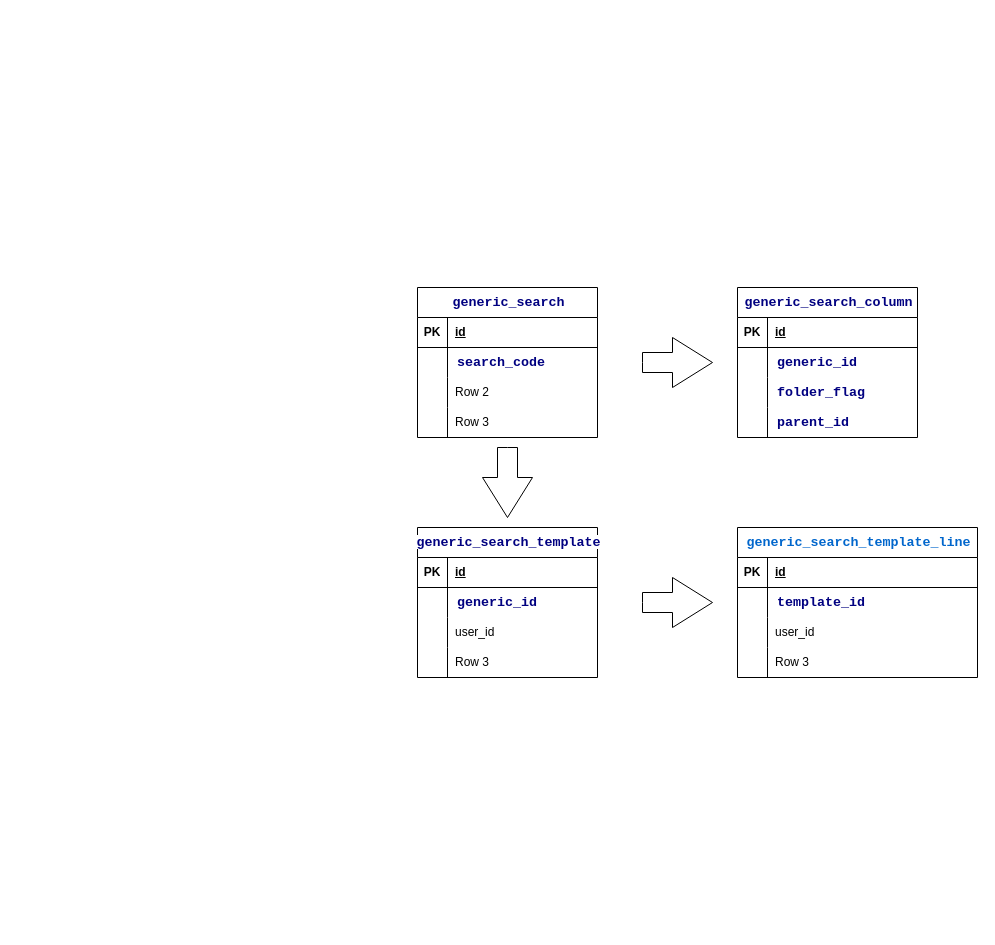
Earlier version of the draw.io diagram 通用查询表关系.drawio (DongRuihua/draw). Source tidied: cells renumbered, new cells numbered last; positions are measured from the earlier drawing's top-left corner, leaving out a move shared by most shapes. Both pictures are drawn from the tidied source at 100%, with x=0, y=0 at pixel (417, 287).
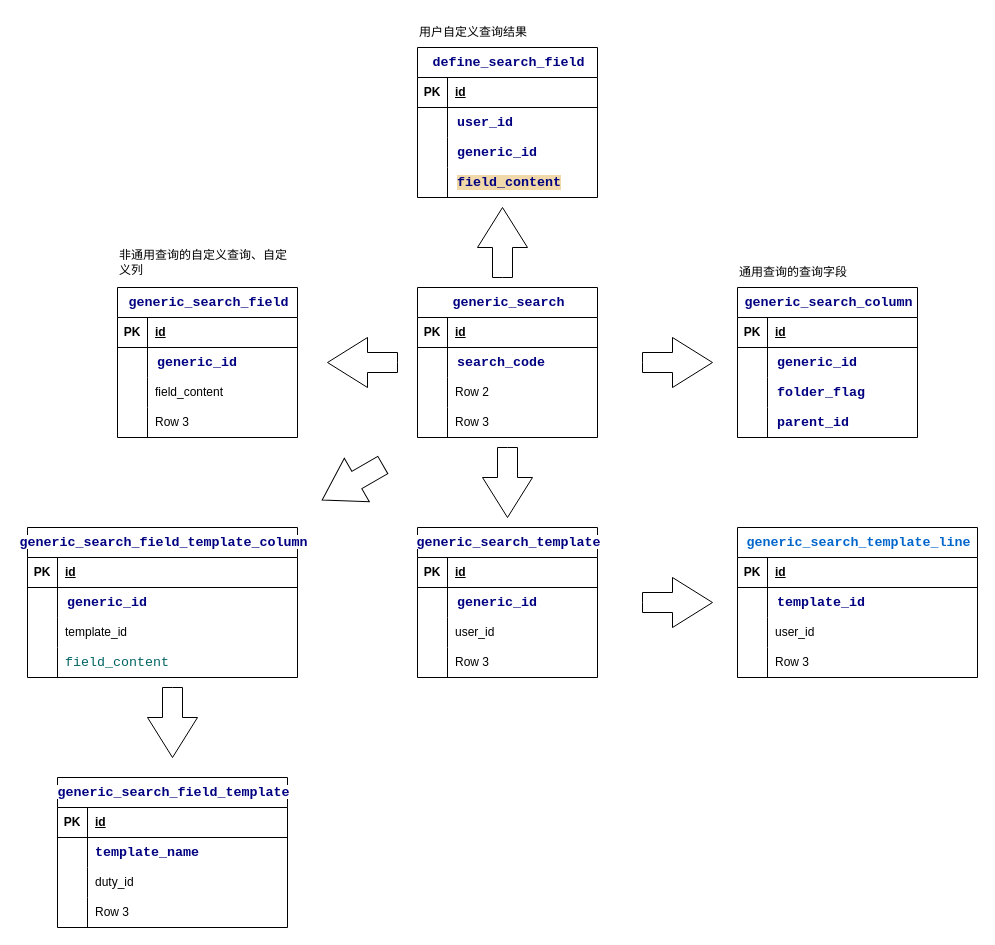
Above is the later version.

Commit message:
更新通用查询表关系.drawio

The edit, as a diff of the source:
```diff
@@
+    <mxCell id="57" value="通用查询的查询字段" style="text;html=1;whiteSpace=wrap;strokeColor=none;fillColor=none;align=left;verticalAlign=middle;rounded=0;" parent="1" vertex="1">
+      <mxGeometry x="320" y="-30" width="190" height="30" as="geometry" />
+    </mxCell>
+    <mxCell id="58" value="&lt;span style=&quot;background-color:#ffffff;padding:0px 0px 0px 2px;&quot;&gt;&lt;span style=&quot;font-family: Consolas; font-size: 10pt; white-space-collapse: preserve;&quot;&gt;&lt;span style=&quot;color: rgb(0, 0, 128);&quot;&gt;generic_search_field&lt;/span&gt;&lt;/span&gt;&lt;/span&gt;" style="shape=table;startSize=30;childLayout=tableLayout;rowLines=0;fontStyle=1;align=center;html=1;" parent="1" vertex="1">
+      <mxGeometry x="-300" width="180" height="150" as="geometry" />
+    </mxCell>
+    <mxCell id="59" style="shape=tableRow;horizontal=0;startSize=0;swimlaneHead=0;swimlaneBody=0;fillColor=none;top=0;left=0;right=0;bottom=1;" parent="58" vertex="1">
+      <mxGeometry y="30" width="180" height="30" as="geometry" />
+    </mxCell>
+    <mxCell id="60" value="PK" style="shape=partialRectangle;fillColor=none;top=0;left=0;bottom=0;right=0;fontStyle=1;overflow=hidden;whiteSpace=wrap;html=1;" parent="59" vertex="1">
+      <mxGeometry width="30" height="30" as="geometry" />
+    </mxCell>
+    <mxCell id="61" value="id" style="shape=partialRectangle;fillColor=none;top=0;left=0;bottom=0;right=0;align=left;spacingLeft=6;fontStyle=5;overflow=hidden;whiteSpace=wrap;html=1;" parent="59" vertex="1">
+      <mxGeometry x="30" width="150" height="30" as="geometry" />
+    </mxCell>
+    <mxCell id="62" style="shape=tableRow;horizontal=0;startSize=0;swimlaneHead=0;swimlaneBody=0;fillColor=none;top=0;left=0;right=0;bottom=0;" parent="58" vertex="1">
+      <mxGeometry y="60" width="180" height="30" as="geometry" />
+    </mxCell>
+    <mxCell id="63" style="shape=partialRectangle;fillColor=none;top=0;left=0;bottom=0;right=0;overflow=hidden;whiteSpace=wrap;html=1;" parent="62" vertex="1">
+      <mxGeometry width="30" height="30" as="geometry" />
+    </mxCell>
+    <mxCell id="64" value="&lt;span style=&quot;background-color: rgb(255, 255, 255); padding: 0px 0px 0px 2px;&quot;&gt;&lt;span style=&quot;font-family: Consolas; font-size: 10pt; white-space: pre;&quot;&gt;&lt;span style=&quot;color: rgb(0, 0, 128); font-weight: bold;&quot;&gt;generic_id&lt;/span&gt;&lt;/span&gt;&lt;/span&gt;" style="shape=partialRectangle;fillColor=none;top=0;left=0;bottom=0;right=0;align=left;spacingLeft=6;overflow=hidden;whiteSpace=wrap;html=1;" parent="62" vertex="1">
+      <mxGeometry x="30" width="150" height="30" as="geometry" />
+    </mxCell>
+    <mxCell id="65" style="shape=tableRow;horizontal=0;startSize=0;swimlaneHead=0;swimlaneBody=0;fillColor=none;top=0;left=0;right=0;bottom=0;" parent="58" vertex="1">
+      <mxGeometry y="90" width="180" height="30" as="geometry" />
+    </mxCell>
+    <mxCell id="66" style="shape=partialRectangle;fillColor=none;top=0;left=0;bottom=0;right=0;overflow=hidden;whiteSpace=wrap;html=1;" parent="65" vertex="1">
+      <mxGeometry width="30" height="30" as="geometry" />
+    </mxCell>
+    <mxCell id="67" value="field_content" style="shape=partialRectangle;fillColor=none;top=0;left=0;bottom=0;right=0;align=left;spacingLeft=6;overflow=hidden;whiteSpace=wrap;html=1;" parent="65" vertex="1">
+      <mxGeometry x="30" width="150" height="30" as="geometry" />
+    </mxCell>
+    <mxCell id="68" style="shape=tableRow;horizontal=0;startSize=0;swimlaneHead=0;swimlaneBody=0;fillColor=none;top=0;left=0;right=0;bottom=0;" parent="58" vertex="1">
+      <mxGeometry y="120" width="180" height="30" as="geometry" />
+    </mxCell>
+    <mxCell id="69" style="shape=partialRectangle;fillColor=none;top=0;left=0;bottom=0;right=0;overflow=hidden;whiteSpace=wrap;html=1;" parent="68" vertex="1">
+      <mxGeometry width="30" height="30" as="geometry" />
+    </mxCell>
+    <mxCell id="70" value="Row 3" style="shape=partialRectangle;fillColor=none;top=0;left=0;bottom=0;right=0;align=left;spacingLeft=6;overflow=hidden;whiteSpace=wrap;html=1;" parent="68" vertex="1">
+      <mxGeometry x="30" width="150" height="30" as="geometry" />
+    </mxCell>
+    <mxCell id="71" value="非通用查询的自定义查询、自定义列" style="text;html=1;whiteSpace=wrap;strokeColor=none;fillColor=none;align=left;verticalAlign=middle;rounded=0;" parent="1" vertex="1">
+      <mxGeometry x="-300" y="-40" width="180" height="30" as="geometry" />
+    </mxCell>
+    <mxCell id="72" style="html=1;shadow=0;dashed=0;align=center;verticalAlign=middle;shape=mxgraph.arrows2.arrow;dy=0.6;dx=40;notch=0;rotation=-180;" parent="1" vertex="1">
+      <mxGeometry x="-90" y="50" width="70" height="50" as="geometry" />
+    </mxCell>
+    <mxCell id="73" value="&lt;span style=&quot;background-color: rgb(255, 255, 255); padding: 0px 0px 0px 2px;&quot;&gt;&lt;span style=&quot;font-family: Consolas; font-size: 10pt; white-space-collapse: preserve;&quot;&gt;&lt;span style=&quot;color: rgb(0, 0, 128);&quot;&gt;generic_search_field_template&lt;/span&gt;&lt;/span&gt;&lt;/span&gt;" style="shape=table;startSize=30;childLayout=tableLayout;rowLines=0;fontStyle=1;align=center;html=1;" parent="1" vertex="1">
+      <mxGeometry x="-360" y="490" width="230" height="150" as="geometry" />
+    </mxCell>
+    <mxCell id="74" style="shape=tableRow;horizontal=0;startSize=0;swimlaneHead=0;swimlaneBody=0;fillColor=none;top=0;left=0;right=0;bottom=1;" parent="73" vertex="1">
+      <mxGeometry y="30" width="230" height="30" as="geometry" />
+    </mxCell>
+    <mxCell id="75" value="PK" style="shape=partialRectangle;fillColor=none;top=0;left=0;bottom=0;right=0;fontStyle=1;overflow=hidden;whiteSpace=wrap;html=1;" parent="74" vertex="1">
+      <mxGeometry width="30" height="30" as="geometry" />
+    </mxCell>
+    <mxCell id="76" value="id" style="shape=partialRectangle;fillColor=none;top=0;left=0;bottom=0;right=0;align=left;spacingLeft=6;fontStyle=5;overflow=hidden;whiteSpace=wrap;html=1;" parent="74" vertex="1">
+      <mxGeometry x="30" width="200" height="30" as="geometry" />
+    </mxCell>
+    <mxCell id="77" style="shape=tableRow;horizontal=0;startSize=0;swimlaneHead=0;swimlaneBody=0;fillColor=none;top=0;left=0;right=0;bottom=0;" parent="73" vertex="1">
+      <mxGeometry y="60" width="230" height="30" as="geometry" />
+    </mxCell>
+    <mxCell id="78" style="shape=partialRectangle;fillColor=none;top=0;left=0;bottom=0;right=0;overflow=hidden;whiteSpace=wrap;html=1;" parent="77" vertex="1">
+      <mxGeometry width="30" height="30" as="geometry" />
+    </mxCell>
+    <mxCell id="79" value="&lt;font color=&quot;#000080&quot; face=&quot;Consolas&quot;&gt;&lt;span style=&quot;font-size: 13.3333px; white-space: pre; background-color: rgb(255, 255, 255);&quot;&gt;&lt;b&gt;template_name&lt;/b&gt;&lt;/span&gt;&lt;/font&gt;" style="shape=partialRectangle;fillColor=none;top=0;left=0;bottom=0;right=0;align=left;spacingLeft=6;overflow=hidden;whiteSpace=wrap;html=1;" parent="77" vertex="1">
+      <mxGeometry x="30" width="200" height="30" as="geometry" />
+    </mxCell>
+    <mxCell id="80" style="shape=tableRow;horizontal=0;startSize=0;swimlaneHead=0;swimlaneBody=0;fillColor=none;top=0;left=0;right=0;bottom=0;" parent="73" vertex="1">
+      <mxGeometry y="90" width="230" height="30" as="geometry" />
+    </mxCell>
+    <mxCell id="81" style="shape=partialRectangle;fillColor=none;top=0;left=0;bottom=0;right=0;overflow=hidden;whiteSpace=wrap;html=1;" parent="80" vertex="1">
+      <mxGeometry width="30" height="30" as="geometry" />
+    </mxCell>
+    <mxCell id="82" value="duty_id" style="shape=partialRectangle;fillColor=none;top=0;left=0;bottom=0;right=0;align=left;spacingLeft=6;overflow=hidden;whiteSpace=wrap;html=1;" parent="80" vertex="1">
+      <mxGeometry x="30" width="200" height="30" as="geometry" />
+    </mxCell>
+    <mxCell id="83" style="shape=tableRow;horizontal=0;startSize=0;swimlaneHead=0;swimlaneBody=0;fillColor=none;top=0;left=0;right=0;bottom=0;" parent="73" vertex="1">
+      <mxGeometry y="120" width="230" height="30" as="geometry" />
+    </mxCell>
+    <mxCell id="84" style="shape=partialRectangle;fillColor=none;top=0;left=0;bottom=0;right=0;overflow=hidden;whiteSpace=wrap;html=1;" parent="83" vertex="1">
+      <mxGeometry width="30" height="30" as="geometry" />
+    </mxCell>
+    <mxCell id="85" value="Row 3" style="shape=partialRectangle;fillColor=none;top=0;left=0;bottom=0;right=0;align=left;spacingLeft=6;overflow=hidden;whiteSpace=wrap;html=1;" parent="83" vertex="1">
+      <mxGeometry x="30" width="200" height="30" as="geometry" />
+    </mxCell>
+    <mxCell id="86" value="&lt;span style=&quot;background-color: rgb(255, 255, 255); padding: 0px 0px 0px 2px;&quot;&gt;&lt;span style=&quot;font-family: Consolas; font-size: 10pt; white-space-collapse: preserve;&quot;&gt;&lt;span style=&quot;color: rgb(0, 0, 128);&quot;&gt;generic_search_field_template_column&lt;/span&gt;&lt;/span&gt;&lt;/span&gt;" style="shape=table;startSize=30;childLayout=tableLayout;rowLines=0;fontStyle=1;align=center;html=1;" parent="1" vertex="1">
+      <mxGeometry x="-390" y="240" width="270" height="150" as="geometry" />
+    </mxCell>
+    <mxCell id="87" style="shape=tableRow;horizontal=0;startSize=0;swimlaneHead=0;swimlaneBody=0;fillColor=none;top=0;left=0;right=0;bottom=1;" parent="86" vertex="1">
+      <mxGeometry y="30" width="270" height="30" as="geometry" />
+    </mxCell>
+    <mxCell id="88" value="PK" style="shape=partialRectangle;fillColor=none;top=0;left=0;bottom=0;right=0;fontStyle=1;overflow=hidden;whiteSpace=wrap;html=1;" parent="87" vertex="1">
+      <mxGeometry width="30" height="30" as="geometry" />
+    </mxCell>
+    <mxCell id="89" value="id" style="shape=partialRectangle;fillColor=none;top=0;left=0;bottom=0;right=0;align=left;spacingLeft=6;fontStyle=5;overflow=hidden;whiteSpace=wrap;html=1;" parent="87" vertex="1">
+      <mxGeometry x="30" width="240" height="30" as="geometry" />
+    </mxCell>
+    <mxCell id="90" style="shape=tableRow;horizontal=0;startSize=0;swimlaneHead=0;swimlaneBody=0;fillColor=none;top=0;left=0;right=0;bottom=0;" parent="86" vertex="1">
+      <mxGeometry y="60" width="270" height="30" as="geometry" />
+    </mxCell>
+    <mxCell id="91" style="shape=partialRectangle;fillColor=none;top=0;left=0;bottom=0;right=0;overflow=hidden;whiteSpace=wrap;html=1;" parent="90" vertex="1">
+      <mxGeometry width="30" height="30" as="geometry" />
+    </mxCell>
+    <mxCell id="92" value="&lt;span style=&quot;background-color: rgb(255, 255, 255); padding: 0px 0px 0px 2px;&quot;&gt;&lt;span style=&quot;font-family: Consolas; font-size: 10pt; white-space: pre;&quot;&gt;&lt;span style=&quot;color: rgb(0, 0, 128); font-weight: bold;&quot;&gt;generic_id&lt;/span&gt;&lt;/span&gt;&lt;/span&gt;" style="shape=partialRectangle;fillColor=none;top=0;left=0;bottom=0;right=0;align=left;spacingLeft=6;overflow=hidden;whiteSpace=wrap;html=1;" parent="90" vertex="1">
+      <mxGeometry x="30" width="240" height="30" as="geometry" />
+    </mxCell>
+    <mxCell id="93" style="shape=tableRow;horizontal=0;startSize=0;swimlaneHead=0;swimlaneBody=0;fillColor=none;top=0;left=0;right=0;bottom=0;" parent="86" vertex="1">
+      <mxGeometry y="90" width="270" height="30" as="geometry" />
+    </mxCell>
+    <mxCell id="94" style="shape=partialRectangle;fillColor=none;top=0;left=0;bottom=0;right=0;overflow=hidden;whiteSpace=wrap;html=1;" parent="93" vertex="1">
+      <mxGeometry width="30" height="30" as="geometry" />
+    </mxCell>
+    <mxCell id="95" value="template_id" style="shape=partialRectangle;fillColor=none;top=0;left=0;bottom=0;right=0;align=left;spacingLeft=6;overflow=hidden;whiteSpace=wrap;html=1;" parent="93" vertex="1">
+      <mxGeometry x="30" width="240" height="30" as="geometry" />
+    </mxCell>
+    <mxCell id="96" style="shape=tableRow;horizontal=0;startSize=0;swimlaneHead=0;swimlaneBody=0;fillColor=none;top=0;left=0;right=0;bottom=0;" parent="86" vertex="1">
+      <mxGeometry y="120" width="270" height="30" as="geometry" />
+    </mxCell>
+    <mxCell id="97" style="shape=partialRectangle;fillColor=none;top=0;left=0;bottom=0;right=0;overflow=hidden;whiteSpace=wrap;html=1;" parent="96" vertex="1">
+      <mxGeometry width="30" height="30" as="geometry" />
+    </mxCell>
+    <mxCell id="98" value="&lt;font color=&quot;#006464&quot; face=&quot;Consolas&quot;&gt;&lt;span style=&quot;font-size: 13.3333px; white-space: pre;&quot;&gt;field_content&lt;/span&gt;&lt;/font&gt;" style="shape=partialRectangle;fillColor=none;top=0;left=0;bottom=0;right=0;align=left;spacingLeft=6;overflow=hidden;whiteSpace=wrap;html=1;" parent="96" vertex="1">
+      <mxGeometry x="30" width="240" height="30" as="geometry" />
+    </mxCell>
+    <mxCell id="99" style="html=1;shadow=0;dashed=0;align=center;verticalAlign=middle;shape=mxgraph.arrows2.arrow;dy=0.6;dx=40;notch=0;rotation=-210;" parent="1" vertex="1">
+      <mxGeometry x="-100" y="170" width="70" height="50" as="geometry" />
+    </mxCell>
+    <mxCell id="100" style="html=1;shadow=0;dashed=0;align=center;verticalAlign=middle;shape=mxgraph.arrows2.arrow;dy=0.6;dx=40;notch=0;rotation=90;" parent="1" vertex="1">
+      <mxGeometry x="-280" y="410" width="70" height="50" as="geometry" />
+    </mxCell>
+    <mxCell id="101" value="&lt;span style=&quot;background-color:#ffffff;padding:0px 0px 0px 2px;&quot;&gt;&lt;span style=&quot;font-family: Consolas; font-size: 10pt; white-space-collapse: preserve;&quot;&gt;&lt;span style=&quot;color: rgb(0, 0, 128);&quot;&gt;define_search_field&lt;/span&gt;&lt;/span&gt;&lt;/span&gt;" style="shape=table;startSize=30;childLayout=tableLayout;rowLines=0;fontStyle=1;align=center;html=1;" parent="1" vertex="1">
+      <mxGeometry y="-240" width="180" height="150" as="geometry" />
+    </mxCell>
+    <mxCell id="102" style="shape=tableRow;horizontal=0;startSize=0;swimlaneHead=0;swimlaneBody=0;fillColor=none;top=0;left=0;right=0;bottom=1;" parent="101" vertex="1">
+      <mxGeometry y="30" width="180" height="30" as="geometry" />
+    </mxCell>
+    <mxCell id="103" value="PK" style="shape=partialRectangle;fillColor=none;top=0;left=0;bottom=0;right=0;fontStyle=1;overflow=hidden;whiteSpace=wrap;html=1;" parent="102" vertex="1">
+      <mxGeometry width="30" height="30" as="geometry" />
+    </mxCell>
+    <mxCell id="104" value="id" style="shape=partialRectangle;fillColor=none;top=0;left=0;bottom=0;right=0;align=left;spacingLeft=6;fontStyle=5;overflow=hidden;whiteSpace=wrap;html=1;" parent="102" vertex="1">
+      <mxGeometry x="30" width="150" height="30" as="geometry" />
+    </mxCell>
+    <mxCell id="105" style="shape=tableRow;horizontal=0;startSize=0;swimlaneHead=0;swimlaneBody=0;fillColor=none;top=0;left=0;right=0;bottom=0;" parent="101" vertex="1">
+      <mxGeometry y="60" width="180" height="30" as="geometry" />
+    </mxCell>
+    <mxCell id="106" style="shape=partialRectangle;fillColor=none;top=0;left=0;bottom=0;right=0;overflow=hidden;whiteSpace=wrap;html=1;" parent="105" vertex="1">
+      <mxGeometry width="30" height="30" as="geometry" />
+    </mxCell>
+    <mxCell id="107" value="&lt;span style=&quot;background-color:#ffffff;padding:0px 0px 0px 2px;&quot;&gt;&lt;span style=&quot;font-family: Consolas; font-size: 10pt; white-space: pre;&quot;&gt;&lt;span style=&quot;color:#000080;font-weight:bold;&quot;&gt;user_id&lt;/span&gt;&lt;/span&gt;&lt;/span&gt;" style="shape=partialRectangle;fillColor=none;top=0;left=0;bottom=0;right=0;align=left;spacingLeft=6;overflow=hidden;whiteSpace=wrap;html=1;" parent="105" vertex="1">
+      <mxGeometry x="30" width="150" height="30" as="geometry" />
+    </mxCell>
+    <mxCell id="108" style="shape=tableRow;horizontal=0;startSize=0;swimlaneHead=0;swimlaneBody=0;fillColor=none;top=0;left=0;right=0;bottom=0;" parent="101" vertex="1">
+      <mxGeometry y="90" width="180" height="30" as="geometry" />
+    </mxCell>
+    <mxCell id="109" style="shape=partialRectangle;fillColor=none;top=0;left=0;bottom=0;right=0;overflow=hidden;whiteSpace=wrap;html=1;" parent="108" vertex="1">
+      <mxGeometry width="30" height="30" as="geometry" />
+    </mxCell>
+    <mxCell id="110" value="&lt;span style=&quot;background-color:#ffffff;padding:0px 0px 0px 2px;&quot;&gt;&lt;span style=&quot;font-family: Consolas; font-size: 10pt; white-space: pre;&quot;&gt;&lt;span style=&quot;color:#000080;font-weight:bold;&quot;&gt;generic_id&lt;/span&gt;&lt;/span&gt;&lt;/span&gt;" style="shape=partialRectangle;fillColor=none;top=0;left=0;bottom=0;right=0;align=left;spacingLeft=6;overflow=hidden;whiteSpace=wrap;html=1;" parent="108" vertex="1">
+      <mxGeometry x="30" width="150" height="30" as="geometry" />
+    </mxCell>
+    <mxCell id="111" style="shape=tableRow;horizontal=0;startSize=0;swimlaneHead=0;swimlaneBody=0;fillColor=none;top=0;left=0;right=0;bottom=0;" parent="101" vertex="1">
+      <mxGeometry y="120" width="180" height="30" as="geometry" />
+    </mxCell>
+    <mxCell id="112" style="shape=partialRectangle;fillColor=none;top=0;left=0;bottom=0;right=0;overflow=hidden;whiteSpace=wrap;html=1;" parent="111" vertex="1">
+      <mxGeometry width="30" height="30" as="geometry" />
+    </mxCell>
+    <mxCell id="113" value="&lt;span style=&quot;padding: 0px 0px 0px 2px;&quot;&gt;&lt;span style=&quot;font-family: Consolas; font-size: 10pt; white-space: pre;&quot;&gt;&lt;font color=&quot;rgba(0, 0, 0, 0)&quot;&gt;&lt;span style=&quot;color: rgb(0, 0, 128); font-weight: bold;&quot;&gt;&lt;/span&gt;&lt;/font&gt;&lt;span style=&quot;color: rgb(0, 0, 128); font-weight: bold; background-color: rgb(240, 216, 168);&quot;&gt;field_content&lt;/span&gt;&lt;/span&gt;&lt;/span&gt;" style="shape=partialRectangle;fillColor=none;top=0;left=0;bottom=0;right=0;align=left;spacingLeft=6;overflow=hidden;whiteSpace=wrap;html=1;" parent="111" vertex="1">
+      <mxGeometry x="30" width="150" height="30" as="geometry" />
+    </mxCell>
+    <mxCell id="114" value="用户自定义查询结果" style="text;html=1;whiteSpace=wrap;strokeColor=none;fillColor=none;align=left;verticalAlign=middle;rounded=0;" parent="1" vertex="1">
+      <mxGeometry y="-270" width="180" height="30" as="geometry" />
+    </mxCell>
+    <mxCell id="115" style="html=1;shadow=0;dashed=0;align=center;verticalAlign=middle;shape=mxgraph.arrows2.arrow;dy=0.6;dx=40;notch=0;rotation=-90;" parent="1" vertex="1">
+      <mxGeometry x="50" y="-70" width="70" height="50" as="geometry" />
+    </mxCell>
```
